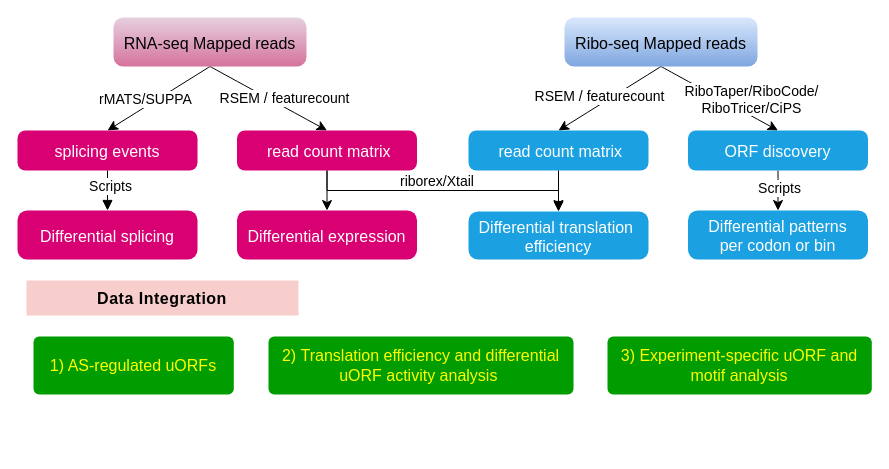
The draw.io diagram page "第 14 页" (13 of 14) of 未命名绘图.drawio in hjanime/101, before the edit. Source tidied: cells renumbered, new cells numbered last; positions are measured from the earlier drawing's top-left corner, leaving out a move shared by most shapes. Both pictures are drawn from the tidied source at 100%, with x=0, y=0 at pixel (17, 17).
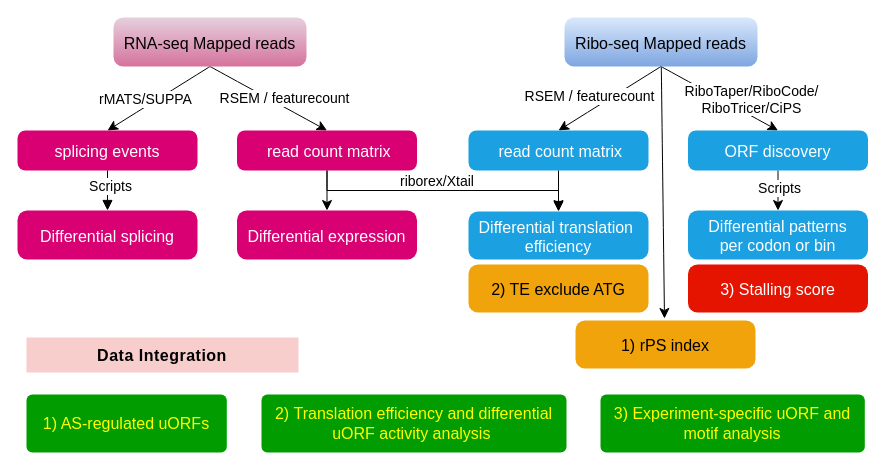
Above is the later version.

Commit message:
更新未命名绘图.drawio

Unchanged cells that the change refers to:
```xml
<mxCell id="14" style="edgeStyle=none;curved=1;rounded=0;jettySize=auto;html=1;fontSize=12;startSize=8;endSize=8;entryX=0.5;entryY=0;entryDx=0;entryDy=0;exitX=0.5;exitY=1;exitDx=0;exitDy=0;" parent="1" edge="1" source="18" target="19">
  <mxGeometry relative="1" as="geometry" />
</mxCell>
<mxCell id="18" value="Ribo-seq Mapped reads" style="rounded=1;arcSize=20;strokeWidth=2;fontSize=16;fillColor=#dae8fc;gradientColor=#7ea6e0;strokeColor=none;" parent="1" vertex="1">
  <mxGeometry x="547" width="193" height="49" as="geometry" />
</mxCell>
```

The edit, as a diff of the source:
```diff
@@
     <mxCell id="15" value="&lt;span style=&quot;font-size: 14px;&quot;&gt;RSEM / featurecount&lt;/span&gt;" style="edgeLabel;html=1;align=center;verticalAlign=middle;fontSize=12;" parent="14" vertex="1">
       <mxGeometry x="-0.15" y="2" relative="1" as="geometry">
-        <mxPoint x="-20" y="1" as="offset" />
+        <mxPoint x="-30" y="1" as="offset" />
       </mxGeometry>
     </mxCell>
@@
+    <mxCell id="32" style="edgeStyle=none;curved=1;rounded=0;jettySize=auto;html=1;fontSize=12;startSize=8;endSize=8;" parent="1" edge="1" source="18">
+      <mxGeometry relative="1" as="geometry">
+        <mxPoint x="647" y="301" as="targetPoint" />
+      </mxGeometry>
+    </mxCell>
@@
     <mxCell id="26" value="1) AS-regulated uORFs" style="rounded=1;arcSize=10;strokeWidth=2;fontSize=16;absoluteArcSize=0;imageAspect=1;whiteSpace=wrap;imageHeight=24;fillColor=#009C00;fontColor=#FFFF00;strokeColor=none;" parent="1" vertex="1">
-      <mxGeometry x="16" y="319" width="200.3" height="58" as="geometry" />
+      <mxGeometry x="9" y="377" width="200.3" height="58" as="geometry" />
     </mxCell>
     <mxCell id="27" value="&lt;span style=&quot;color: rgb(0, 0, 0); font-family: Helvetica; font-size: 16px; font-style: normal; font-variant-ligatures: normal; font-variant-caps: normal; font-weight: 700; letter-spacing: 0.5px; orphans: 2; text-indent: 0px; text-transform: none; widows: 2; word-spacing: 0px; -webkit-text-stroke-width: 0px; white-space: pre; background-color: rgb(248, 206, 204); text-decoration-thickness: initial; text-decoration-style: initial; text-decoration-color: initial; float: none; display: inline !important;&quot;&gt;Data Integration&lt;/span&gt;" style="rounded=0;whiteSpace=wrap;html=1;fillColor=#f8cecc;strokeColor=none;align=center;" parent="1" vertex="1">
-      <mxGeometry x="9" y="263" width="272" height="35" as="geometry" />
+      <mxGeometry x="9" y="320" width="272" height="35" as="geometry" />
     </mxCell>
@@
     <mxCell id="30" value="2) Translation efficiency and differential uORF activity analysis " style="rounded=1;arcSize=10;strokeWidth=2;fontSize=16;absoluteArcSize=0;imageAspect=1;whiteSpace=wrap;imageHeight=24;fillColor=#009C00;fontColor=#FFFF00;strokeColor=none;" parent="1" vertex="1">
-      <mxGeometry x="251" y="319" width="305" height="58" as="geometry" />
+      <mxGeometry x="244" y="377" width="305" height="58" as="geometry" />
     </mxCell>
     <mxCell id="31" value="3) Experiment-specific uORF and motif analysis" style="rounded=1;arcSize=10;strokeWidth=2;fontSize=16;absoluteArcSize=0;imageAspect=1;whiteSpace=wrap;imageHeight=24;fillColor=#009C00;fontColor=#FFFF00;strokeColor=none;" parent="1" vertex="1">
-      <mxGeometry x="590" y="319" width="264.3" height="58" as="geometry" />
+      <mxGeometry x="583" y="377" width="264.3" height="58" as="geometry" />
     </mxCell>
+    <mxCell id="33" value="2) TE exclude ATG" style="rounded=1;arcSize=20;strokeWidth=2;fontSize=16;absoluteArcSize=0;imageAspect=1;fillColor=#f0a30a;fontColor=#000000;strokeColor=none;" parent="1" vertex="1">
+      <mxGeometry x="451" y="247" width="180" height="48" as="geometry" />
+    </mxCell>
+    <mxCell id="34" value="1) rPS index" style="rounded=1;arcSize=20;strokeWidth=2;fontSize=16;absoluteArcSize=0;imageAspect=1;fillColor=#f0a30a;fontColor=#000000;strokeColor=none;" parent="1" vertex="1">
+      <mxGeometry x="558" y="303" width="180" height="48" as="geometry" />
+    </mxCell>
+    <mxCell id="35" value="3) Stalling score" style="rounded=1;arcSize=20;strokeWidth=2;fontSize=16;absoluteArcSize=0;imageAspect=1;fillColor=#e51400;fontColor=#ffffff;strokeColor=none;" parent="1" vertex="1">
+      <mxGeometry x="670.5" y="247" width="180" height="48" as="geometry" />
+    </mxCell>
```
